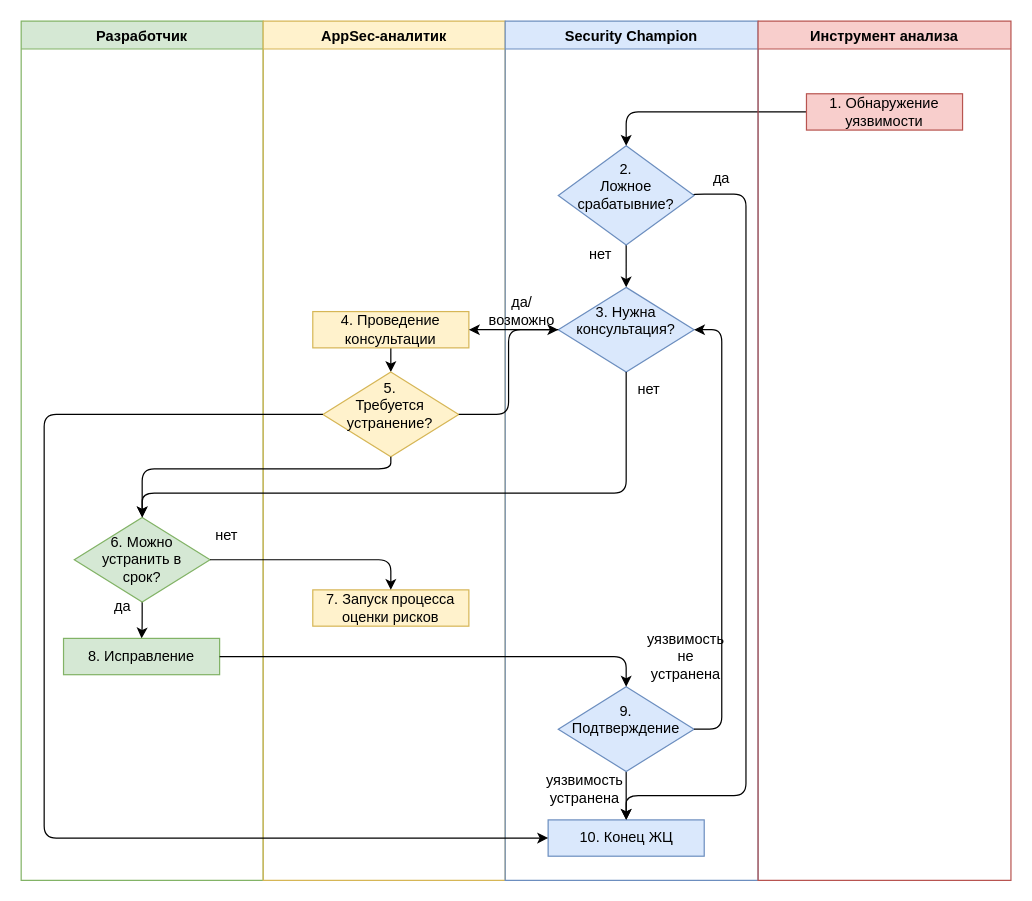
The draw.io diagram page "ЖЦ Уязвимости" (1 of 4) of Untitled Diagram2.drawio in GoluzinaD/Python, before the edit. Source tidied: cells renumbered, new cells numbered last; positions are measured from the earlier drawing's top-left corner, leaving out a move shared by most shapes. Both pictures are drawn from the tidied source at 121%, with x=0, y=0 at pixel (21, 21).
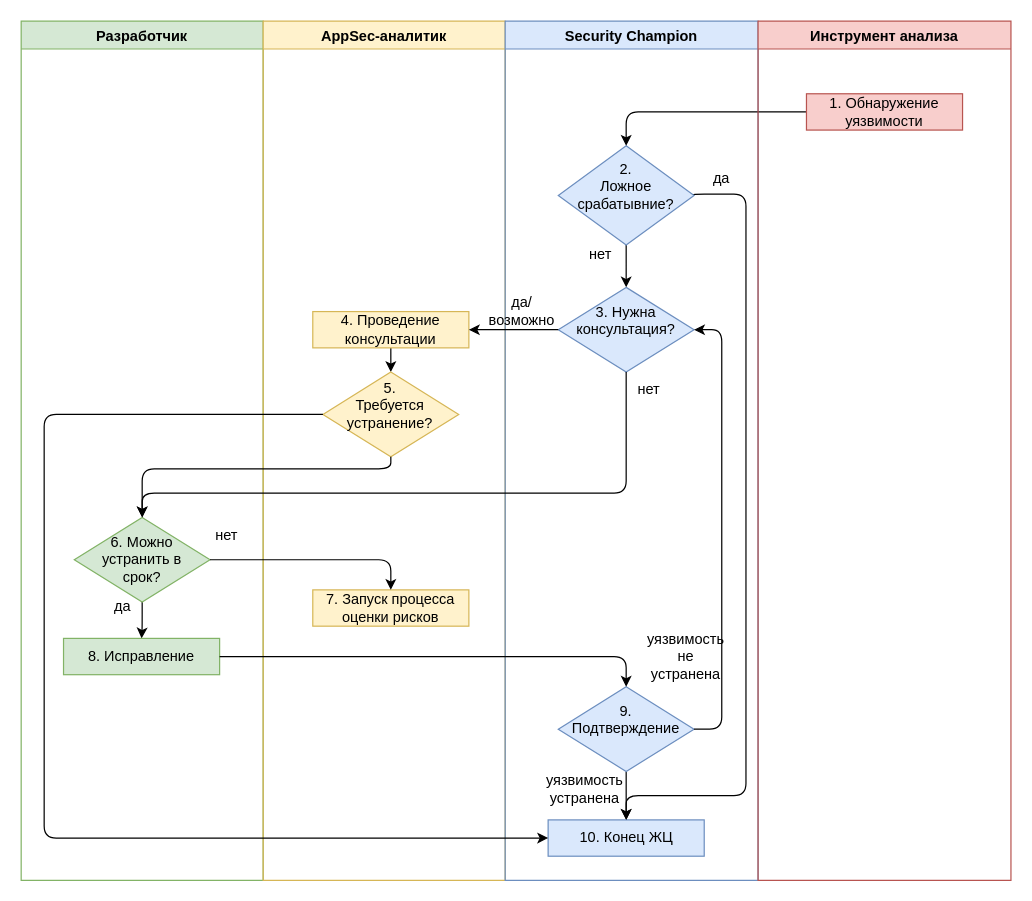
After the change.

Unchanged cells that the change refers to:
```xml
<mxCell id="12" value="&lt;div&gt;5. &lt;br&gt;&lt;/div&gt;&lt;div&gt;Требуется устранение?&lt;/div&gt;&lt;div&gt;&lt;br&gt;&lt;/div&gt;" style="rhombus;whiteSpace=wrap;html=1;rounded=0;sketch=0;fontSize=12;fillColor=#fff2cc;strokeColor=#d6b656;" parent="8" vertex="1">
  <mxGeometry x="49.4" y="290" width="112.2" height="70" as="geometry" />
</mxCell>
<mxCell id="14" value="&lt;div&gt;3. Нужна консультация?&lt;/div&gt;&lt;div&gt;&lt;br&gt;&lt;/div&gt;" style="rhombus;whiteSpace=wrap;html=1;rounded=0;sketch=0;fontSize=12;fillColor=#dae8fc;strokeColor=#6c8ebf;" parent="13" vertex="1">
  <mxGeometry x="43.9" y="220" width="112.2" height="70" as="geometry" />
</mxCell>
```

The edit, as a diff of the source:
```diff
@@
-    <mxCell id="37" style="edgeStyle=orthogonalEdgeStyle;curved=0;rounded=1;sketch=0;jettySize=auto;html=1;fontSize=12;" parent="1" edge="1" source="12" target="14">
-      <mxGeometry relative="1" as="geometry" />
-    </mxCell>
```
